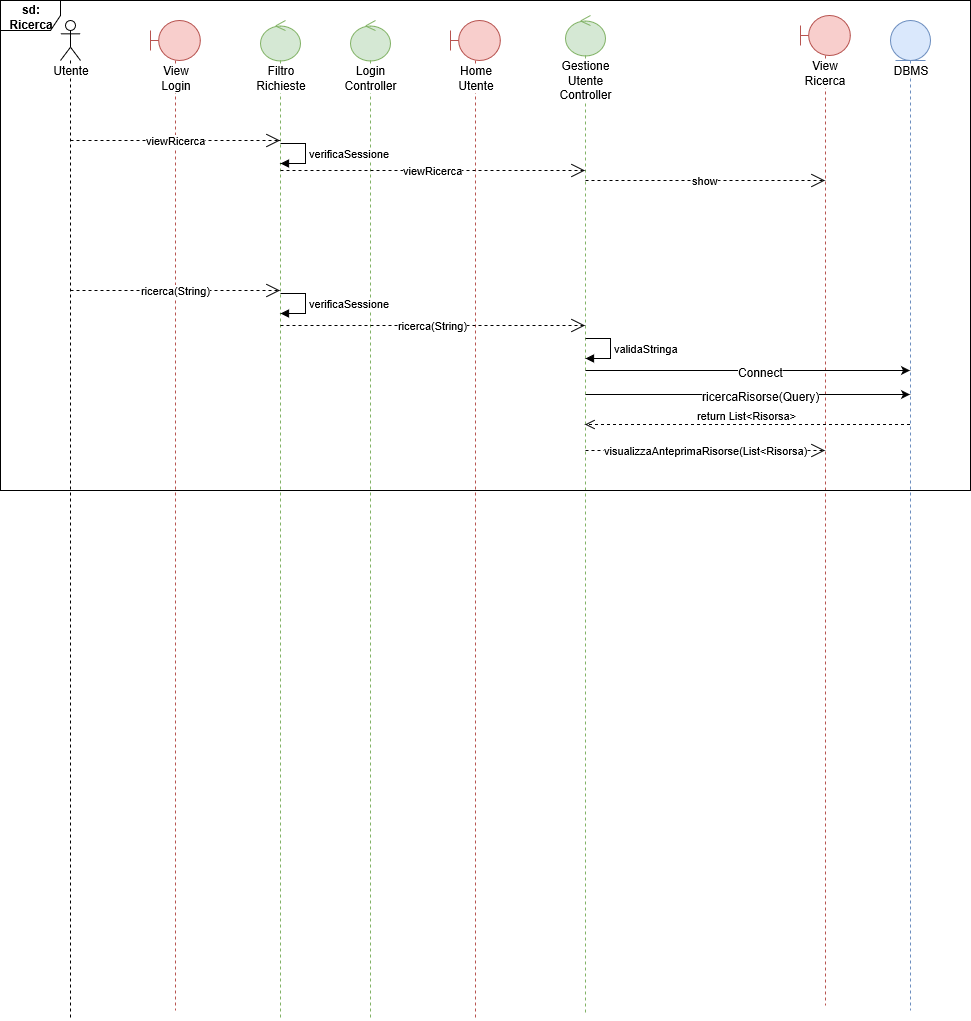
Above: Relazione quasi completa/sdRicerca.png in SundavarBlaka/Alexandria (draw.io), before the change. Source tidied: cells renumbered, new cells last; positions are measured from the earlier drawing's top-left corner, leaving out a move shared by most shapes. Its diagram source:
```xml
<mxGraphModel>
  <root>
    <mxCell id="0" />
    <mxCell id="1" parent="0" />
    <mxCell id="2" value="Utente" style="shape=umlLifeline;participant=umlActor;perimeter=lifelinePerimeter;whiteSpace=wrap;html=1;verticalAlign=top;spacingTop=36;labelBackgroundColor=#ffffff;" parent="1" vertex="1">
      <mxGeometry x="60" y="20" width="20" height="1000" as="geometry" />
    </mxCell>
    <mxCell id="3" value="View&lt;br&gt;Login&lt;br&gt;" style="shape=umlLifeline;participant=umlBoundary;perimeter=lifelinePerimeter;whiteSpace=wrap;html=1;verticalAlign=top;spacingTop=36;labelBackgroundColor=#ffffff;fillColor=#f8cecc;strokeColor=#b85450;" parent="1" vertex="1">
      <mxGeometry x="150" y="20" width="50" height="990" as="geometry" />
    </mxCell>
    <mxCell id="4" value="Filtro&lt;br&gt;Richieste&lt;br&gt;" style="shape=umlLifeline;participant=umlControl;perimeter=lifelinePerimeter;whiteSpace=wrap;html=1;verticalAlign=top;spacingTop=36;labelBackgroundColor=#ffffff;outlineConnect=0;fillColor=#d5e8d4;strokeColor=#82b366;" parent="1" vertex="1">
      <mxGeometry x="260" y="20" width="40" height="1000" as="geometry" />
    </mxCell>
    <mxCell id="5" value="Login&lt;br&gt;Controller&lt;br&gt;" style="shape=umlLifeline;participant=umlControl;perimeter=lifelinePerimeter;whiteSpace=wrap;html=1;verticalAlign=top;spacingTop=36;labelBackgroundColor=#ffffff;fillColor=#d5e8d4;strokeColor=#82b366;" parent="1" vertex="1">
      <mxGeometry x="350" y="20" width="40" height="1000" as="geometry" />
    </mxCell>
    <mxCell id="6" value="Home&lt;br&gt;Utente&lt;br&gt;" style="shape=umlLifeline;participant=umlBoundary;perimeter=lifelinePerimeter;whiteSpace=wrap;html=1;verticalAlign=top;spacingTop=36;labelBackgroundColor=#ffffff;fillColor=#f8cecc;strokeColor=#b85450;" parent="1" vertex="1">
      <mxGeometry x="450" y="20" width="50" height="1000" as="geometry" />
    </mxCell>
    <mxCell id="7" value="Gestione Utente Controller&lt;br&gt;" style="shape=umlLifeline;participant=umlControl;perimeter=lifelinePerimeter;whiteSpace=wrap;html=1;verticalAlign=top;spacingTop=36;labelBackgroundColor=#ffffff;fillColor=#d5e8d4;strokeColor=#82b366;" parent="1" vertex="1">
      <mxGeometry x="565" y="15" width="40" height="1000" as="geometry" />
    </mxCell>
    <mxCell id="8" value="View Ricerca&lt;br&gt;" style="shape=umlLifeline;participant=umlBoundary;perimeter=lifelinePerimeter;whiteSpace=wrap;html=1;verticalAlign=top;spacingTop=36;labelBackgroundColor=#ffffff;outlineConnect=0;fillColor=#f8cecc;strokeColor=#b85450;" parent="1" vertex="1">
      <mxGeometry x="800" y="15" width="50" height="990" as="geometry" />
    </mxCell>
    <mxCell id="9" value="viewRicerca&lt;br&gt;" style="endArrow=open;endSize=12;dashed=1;html=1;" parent="1" edge="1" target="4">
      <mxGeometry relative="1" as="geometry">
        <mxPoint x="70" y="140" as="sourcePoint" />
      </mxGeometry>
    </mxCell>
    <mxCell id="10" value="viewRicerca&lt;br&gt;" style="endArrow=open;endSize=12;dashed=1;html=1;" parent="1" edge="1">
      <mxGeometry relative="1" as="geometry">
        <mxPoint x="280" y="170" as="sourcePoint" />
        <mxPoint x="584.5" y="170" as="targetPoint" />
      </mxGeometry>
    </mxCell>
    <mxCell id="11" value="show&lt;br&gt;" style="endArrow=open;endSize=12;dashed=1;html=1;" parent="1" edge="1" target="8">
      <mxGeometry relative="1" as="geometry">
        <mxPoint x="585" y="180" as="sourcePoint" />
      </mxGeometry>
    </mxCell>
    <mxCell id="12" value="ricerca(String)" style="endArrow=open;endSize=12;dashed=1;html=1;" parent="1" edge="1">
      <mxGeometry relative="1" as="geometry">
        <mxPoint x="70" y="290" as="sourcePoint" />
        <mxPoint x="279.5" y="290" as="targetPoint" />
      </mxGeometry>
    </mxCell>
    <mxCell id="13" value="verificaSessione&lt;br&gt;" style="edgeStyle=orthogonalEdgeStyle;html=1;align=left;spacingLeft=2;endArrow=block;rounded=0;" parent="1" edge="1">
      <mxGeometry relative="1" as="geometry">
        <mxPoint x="280" y="143" as="sourcePoint" />
        <mxPoint x="280" y="163" as="targetPoint" />
        <Array as="points">
          <mxPoint x="305" y="143" />
        </Array>
      </mxGeometry>
    </mxCell>
    <mxCell id="14" value="verificaSessione&lt;br&gt;" style="edgeStyle=orthogonalEdgeStyle;html=1;align=left;spacingLeft=2;endArrow=block;rounded=0;" parent="1" edge="1">
      <mxGeometry relative="1" as="geometry">
        <mxPoint x="280" y="293" as="sourcePoint" />
        <mxPoint x="280" y="313" as="targetPoint" />
        <Array as="points">
          <mxPoint x="305" y="293" />
        </Array>
      </mxGeometry>
    </mxCell>
    <mxCell id="15" value="ricerca(String)&lt;br&gt;" style="endArrow=open;endSize=12;dashed=1;html=1;" parent="1" edge="1">
      <mxGeometry relative="1" as="geometry">
        <mxPoint x="280" y="325" as="sourcePoint" />
        <mxPoint x="584.5" y="325" as="targetPoint" />
      </mxGeometry>
    </mxCell>
    <mxCell id="16" value="visualizzaAnteprimaRisorse(List&amp;lt;Risorsa)&lt;br&gt;" style="endArrow=open;endSize=12;dashed=1;html=1;" parent="1" edge="1" target="8">
      <mxGeometry relative="1" as="geometry">
        <mxPoint x="585" y="450" as="sourcePoint" />
      </mxGeometry>
    </mxCell>
    <mxCell id="17" value="DBMS" style="shape=umlLifeline;participant=umlEntity;perimeter=lifelinePerimeter;whiteSpace=wrap;html=1;verticalAlign=top;spacingTop=36;labelBackgroundColor=#ffffff;outlineConnect=0;fillColor=#dae8fc;strokeColor=#6c8ebf;" parent="1" vertex="1">
      <mxGeometry x="890" y="20" width="40" height="990" as="geometry" />
    </mxCell>
    <mxCell id="18" style="endArrow=classic;html=1;" parent="1" edge="1">
      <mxGeometry relative="1" as="geometry">
        <mxPoint x="585" y="370" as="sourcePoint" />
        <mxPoint x="909.5" y="370" as="targetPoint" />
      </mxGeometry>
    </mxCell>
    <mxCell id="19" value="Connect&lt;br&gt;" style="text;html=1;align=center;verticalAlign=middle;labelBackgroundColor=#ffffff;" parent="18" vertex="1">
      <mxGeometry x="-0.23" y="-2" relative="1" as="geometry">
        <mxPoint x="50" y="-1" as="offset" />
      </mxGeometry>
    </mxCell>
    <mxCell id="20" style="endArrow=classic;html=1;" parent="1" edge="1">
      <mxGeometry relative="1" as="geometry">
        <mxPoint x="585" y="394" as="sourcePoint" />
        <mxPoint x="909.5" y="394" as="targetPoint" />
      </mxGeometry>
    </mxCell>
    <mxCell id="21" value="ricercaRisorse(Query)&lt;br&gt;" style="text;html=1;align=center;verticalAlign=middle;labelBackgroundColor=#ffffff;" parent="20" vertex="1">
      <mxGeometry x="-0.23" y="-2" relative="1" as="geometry">
        <mxPoint x="50" y="-1" as="offset" />
      </mxGeometry>
    </mxCell>
    <mxCell id="22" value="validaStringa&lt;br&gt;" style="edgeStyle=orthogonalEdgeStyle;html=1;align=left;spacingLeft=2;endArrow=block;rounded=0;" parent="1" edge="1">
      <mxGeometry relative="1" as="geometry">
        <mxPoint x="585" y="338" as="sourcePoint" />
        <mxPoint x="585" y="358" as="targetPoint" />
        <Array as="points">
          <mxPoint x="610" y="338" />
        </Array>
      </mxGeometry>
    </mxCell>
    <mxCell id="23" value="return List&amp;lt;Risorsa&amp;gt;&lt;br&gt;" style="html=1;verticalAlign=bottom;endArrow=open;dashed=1;endSize=8;" parent="1" edge="1" source="17">
      <mxGeometry relative="1" as="geometry">
        <mxPoint x="584.5" y="424" as="targetPoint" />
      </mxGeometry>
    </mxCell>
    <mxCell id="24" value="&lt;b&gt;sd: Ricerca&lt;/b&gt;&lt;br&gt;" style="shape=umlFrame;whiteSpace=wrap;html=1;" parent="1" vertex="1">
      <mxGeometry width="970" height="490" as="geometry" />
    </mxCell>
  </root>
</mxGraphModel>
```
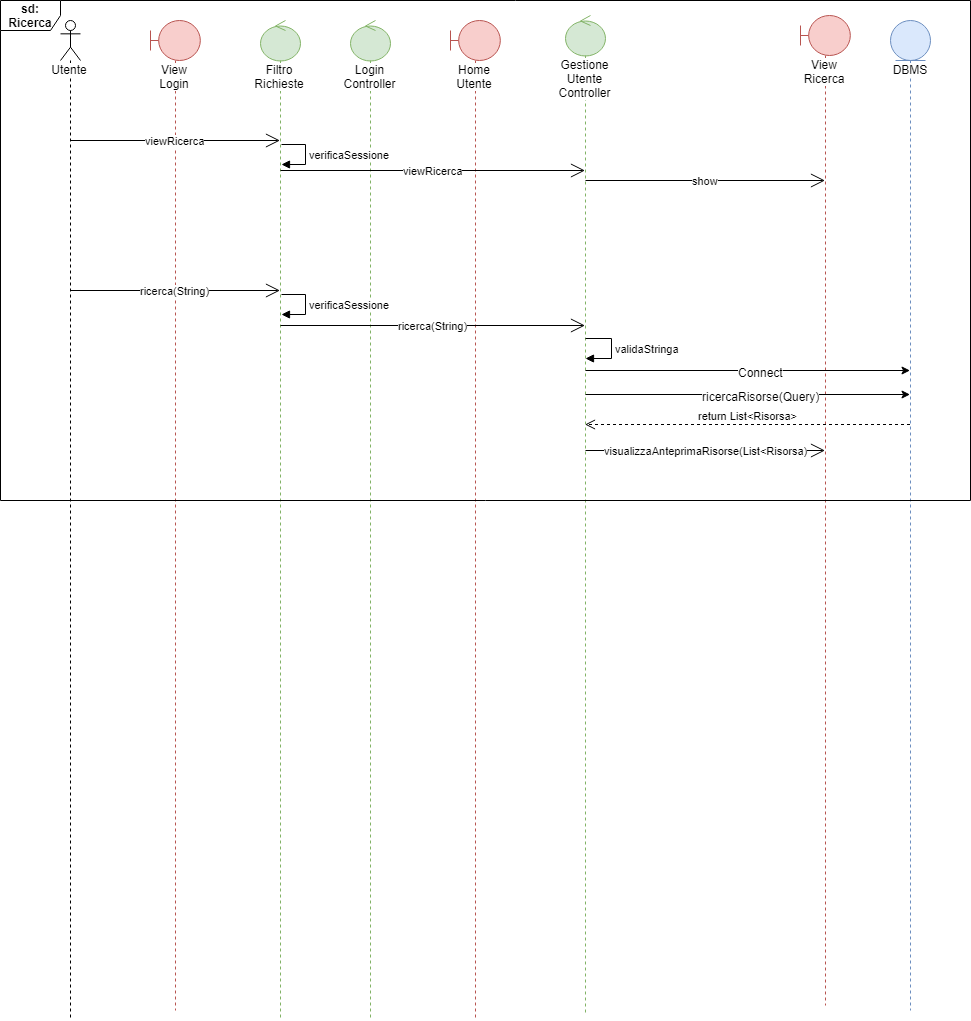
After the commit.

The edit, as a diff of the source:
```diff
@@ -23,23 +23,23 @@
     <mxCell id="8" value="View Ricerca&lt;br&gt;" style="shape=umlLifeline;participant=umlBoundary;perimeter=lifelinePerimeter;whiteSpace=wrap;html=1;verticalAlign=top;spacingTop=36;labelBackgroundColor=#ffffff;outlineConnect=0;fillColor=#f8cecc;strokeColor=#b85450;" parent="1" vertex="1">
       <mxGeometry x="800" y="15" width="50" height="990" as="geometry" />
     </mxCell>
-    <mxCell id="9" value="viewRicerca&lt;br&gt;" style="endArrow=open;endSize=12;dashed=1;html=1;" parent="1" edge="1" target="4">
+    <mxCell id="9" value="viewRicerca&lt;br&gt;" style="endArrow=open;endSize=12;html=1;" parent="1" edge="1" target="4">
       <mxGeometry relative="1" as="geometry">
         <mxPoint x="70" y="140" as="sourcePoint" />
       </mxGeometry>
     </mxCell>
-    <mxCell id="10" value="viewRicerca&lt;br&gt;" style="endArrow=open;endSize=12;dashed=1;html=1;" parent="1" edge="1">
+    <mxCell id="10" value="viewRicerca&lt;br&gt;" style="endArrow=open;endSize=12;html=1;" parent="1" edge="1">
       <mxGeometry relative="1" as="geometry">
         <mxPoint x="280" y="170" as="sourcePoint" />
         <mxPoint x="584.5" y="170" as="targetPoint" />
       </mxGeometry>
     </mxCell>
-    <mxCell id="11" value="show&lt;br&gt;" style="endArrow=open;endSize=12;dashed=1;html=1;" parent="1" edge="1" target="8">
+    <mxCell id="11" value="show&lt;br&gt;" style="endArrow=open;endSize=12;html=1;" parent="1" edge="1" target="8">
       <mxGeometry relative="1" as="geometry">
         <mxPoint x="585" y="180" as="sourcePoint" />
       </mxGeometry>
     </mxCell>
-    <mxCell id="12" value="ricerca(String)" style="endArrow=open;endSize=12;dashed=1;html=1;" parent="1" edge="1">
+    <mxCell id="12" value="ricerca(String)" style="endArrow=open;endSize=12;html=1;" parent="1" edge="1">
       <mxGeometry relative="1" as="geometry">
         <mxPoint x="70" y="290" as="sourcePoint" />
         <mxPoint x="279.5" y="290" as="targetPoint" />
@@ -63,13 +63,13 @@
         </Array>
       </mxGeometry>
     </mxCell>
-    <mxCell id="15" value="ricerca(String)&lt;br&gt;" style="endArrow=open;endSize=12;dashed=1;html=1;" parent="1" edge="1">
+    <mxCell id="15" value="ricerca(String)&lt;br&gt;" style="endArrow=open;endSize=12;html=1;" parent="1" edge="1">
       <mxGeometry relative="1" as="geometry">
         <mxPoint x="280" y="325" as="sourcePoint" />
         <mxPoint x="584.5" y="325" as="targetPoint" />
       </mxGeometry>
     </mxCell>
-    <mxCell id="16" value="visualizzaAnteprimaRisorse(List&amp;lt;Risorsa)&lt;br&gt;" style="endArrow=open;endSize=12;dashed=1;html=1;" parent="1" edge="1" target="8">
+    <mxCell id="16" value="visualizzaAnteprimaRisorse(List&amp;lt;Risorsa)&lt;br&gt;" style="endArrow=open;endSize=12;html=1;" parent="1" edge="1" target="8">
       <mxGeometry relative="1" as="geometry">
         <mxPoint x="585" y="450" as="sourcePoint" />
       </mxGeometry>
@@ -114,7 +114,7 @@
       </mxGeometry>
     </mxCell>
     <mxCell id="24" value="&lt;b&gt;sd: Ricerca&lt;/b&gt;&lt;br&gt;" style="shape=umlFrame;whiteSpace=wrap;html=1;" parent="1" vertex="1">
-      <mxGeometry width="970" height="490" as="geometry" />
+      <mxGeometry width="970" height="500" as="geometry" />
     </mxCell>
   </root>
 </mxGraphModel>
```
